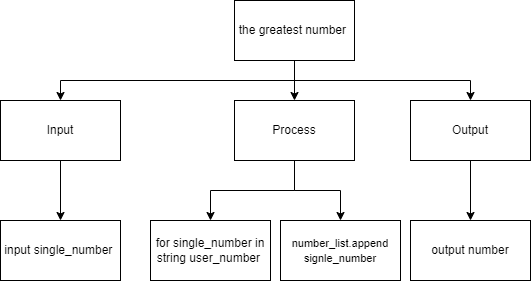
Before: plan.png, a diagram exported from draw.io (devin-jhu/ICS3U-Assignment7-Python). Source tidied: cells renumbered, new cells last; positions are measured from the earlier drawing's top-left corner, leaving out a move shared by most shapes. The source it was exported from:
```xml
<mxGraphModel>
  <root>
    <mxCell id="0" />
    <mxCell id="1" parent="0" />
    <mxCell id="2" style="edgeStyle=orthogonalEdgeStyle;rounded=0;html=1;exitX=0.5;exitY=1;exitDx=0;exitDy=0;entryX=0.5;entryY=0;entryDx=0;entryDy=0;" parent="1" edge="1" source="5" target="10">
      <mxGeometry relative="1" as="geometry" />
    </mxCell>
    <mxCell id="3" style="edgeStyle=orthogonalEdgeStyle;rounded=0;html=1;exitX=0.5;exitY=1;exitDx=0;exitDy=0;entryX=0.5;entryY=0;entryDx=0;entryDy=0;" parent="1" edge="1" source="5" target="7">
      <mxGeometry relative="1" as="geometry" />
    </mxCell>
    <mxCell id="4" style="edgeStyle=orthogonalEdgeStyle;rounded=0;html=1;exitX=0.5;exitY=1;exitDx=0;exitDy=0;" parent="1" edge="1" source="5" target="12">
      <mxGeometry relative="1" as="geometry" />
    </mxCell>
    <mxCell id="5" value="the greatest number&amp;nbsp;" style="rounded=0;whiteSpace=wrap;html=1;" parent="1" vertex="1">
      <mxGeometry x="234" width="120" height="60" as="geometry" />
    </mxCell>
    <mxCell id="6" style="edgeStyle=orthogonalEdgeStyle;rounded=0;html=1;exitX=0.5;exitY=1;exitDx=0;exitDy=0;" parent="1" edge="1" source="7" target="13">
      <mxGeometry relative="1" as="geometry" />
    </mxCell>
    <mxCell id="7" value="Input" style="rounded=0;whiteSpace=wrap;html=1;" parent="1" vertex="1">
      <mxGeometry y="100" width="120" height="60" as="geometry" />
    </mxCell>
    <mxCell id="8" style="edgeStyle=orthogonalEdgeStyle;shape=connector;rounded=0;html=1;exitX=0.5;exitY=1;exitDx=0;exitDy=0;entryX=0.5;entryY=0;entryDx=0;entryDy=0;labelBackgroundColor=default;fontFamily=Helvetica;fontSize=11;fontColor=default;endArrow=classic;strokeColor=default;" parent="1" edge="1" source="10" target="15">
      <mxGeometry relative="1" as="geometry" />
    </mxCell>
    <mxCell id="9" style="edgeStyle=orthogonalEdgeStyle;shape=connector;rounded=0;html=1;exitX=0.5;exitY=1;exitDx=0;exitDy=0;labelBackgroundColor=default;fontFamily=Helvetica;fontSize=11;fontColor=default;endArrow=classic;strokeColor=default;" parent="1" edge="1" source="10" target="16">
      <mxGeometry relative="1" as="geometry" />
    </mxCell>
    <mxCell id="10" value="Process" style="rounded=0;whiteSpace=wrap;html=1;" parent="1" vertex="1">
      <mxGeometry x="234" y="100" width="120" height="60" as="geometry" />
    </mxCell>
    <mxCell id="11" style="edgeStyle=none;html=1;exitX=0.5;exitY=1;exitDx=0;exitDy=0;entryX=0.5;entryY=0;entryDx=0;entryDy=0;" parent="1" edge="1" source="12" target="14">
      <mxGeometry relative="1" as="geometry" />
    </mxCell>
    <mxCell id="12" value="Output" style="rounded=0;whiteSpace=wrap;html=1;" parent="1" vertex="1">
      <mxGeometry x="410" y="100" width="120" height="60" as="geometry" />
    </mxCell>
    <mxCell id="13" value="input single_number&amp;nbsp;" style="rounded=0;whiteSpace=wrap;html=1;" parent="1" vertex="1">
      <mxGeometry y="220" width="120" height="60" as="geometry" />
    </mxCell>
    <mxCell id="14" value="output number" style="rounded=0;whiteSpace=wrap;html=1;" parent="1" vertex="1">
      <mxGeometry x="410" y="220" width="120" height="60" as="geometry" />
    </mxCell>
    <mxCell id="15" value="&lt;span style=&quot;font-size: 11px&quot;&gt;number_list.append signle_number&lt;/span&gt;" style="rounded=0;whiteSpace=wrap;html=1;" parent="1" vertex="1">
      <mxGeometry x="280" y="220" width="120" height="60" as="geometry" />
    </mxCell>
    <mxCell id="16" value="for single_number in string user_number&amp;nbsp;" style="rounded=0;whiteSpace=wrap;html=1;" parent="1" vertex="1">
      <mxGeometry x="150" y="220" width="120" height="60" as="geometry" />
    </mxCell>
  </root>
</mxGraphModel>
```
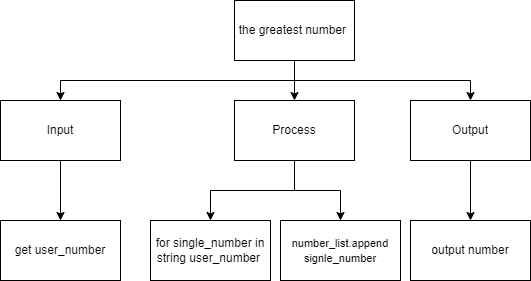
The same file after the commit.

The edit, as a diff of the source:
```diff
@@ -35,7 +35,7 @@
     <mxCell id="12" value="Output" style="rounded=0;whiteSpace=wrap;html=1;" parent="1" vertex="1">
       <mxGeometry x="410" y="100" width="120" height="60" as="geometry" />
     </mxCell>
-    <mxCell id="13" value="input single_number&amp;nbsp;" style="rounded=0;whiteSpace=wrap;html=1;" parent="1" vertex="1">
+    <mxCell id="13" value="get user_number" style="rounded=0;whiteSpace=wrap;html=1;" parent="1" vertex="1">
       <mxGeometry y="220" width="120" height="60" as="geometry" />
     </mxCell>
     <mxCell id="14" value="output number" style="rounded=0;whiteSpace=wrap;html=1;" parent="1" vertex="1">
```
